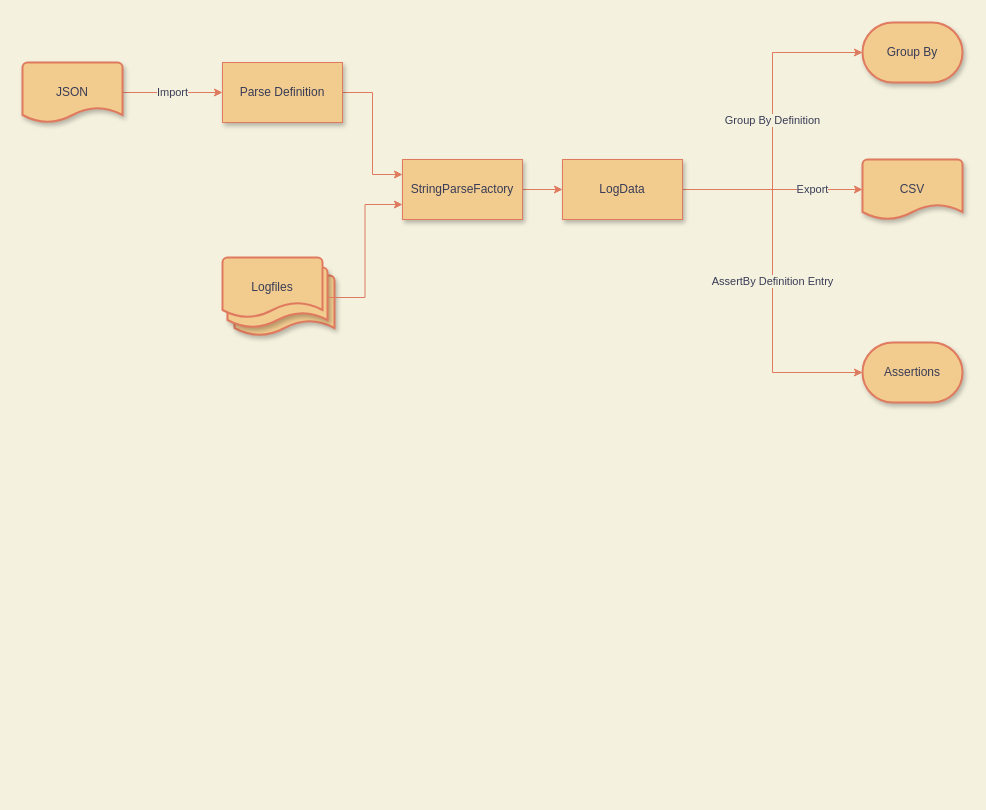
This is page "Processes" (2 of 2) of diagrams/Log_Parser.drawio from adobe/log-parser, a draw.io file, before an edit. Source tidied: cells renumbered, new cells numbered last; positions are measured from the earlier drawing's top-left corner, leaving out a move shared by most shapes. Both pictures are drawn from the tidied source at 100%, with x=0, y=0 at pixel (22, 22).
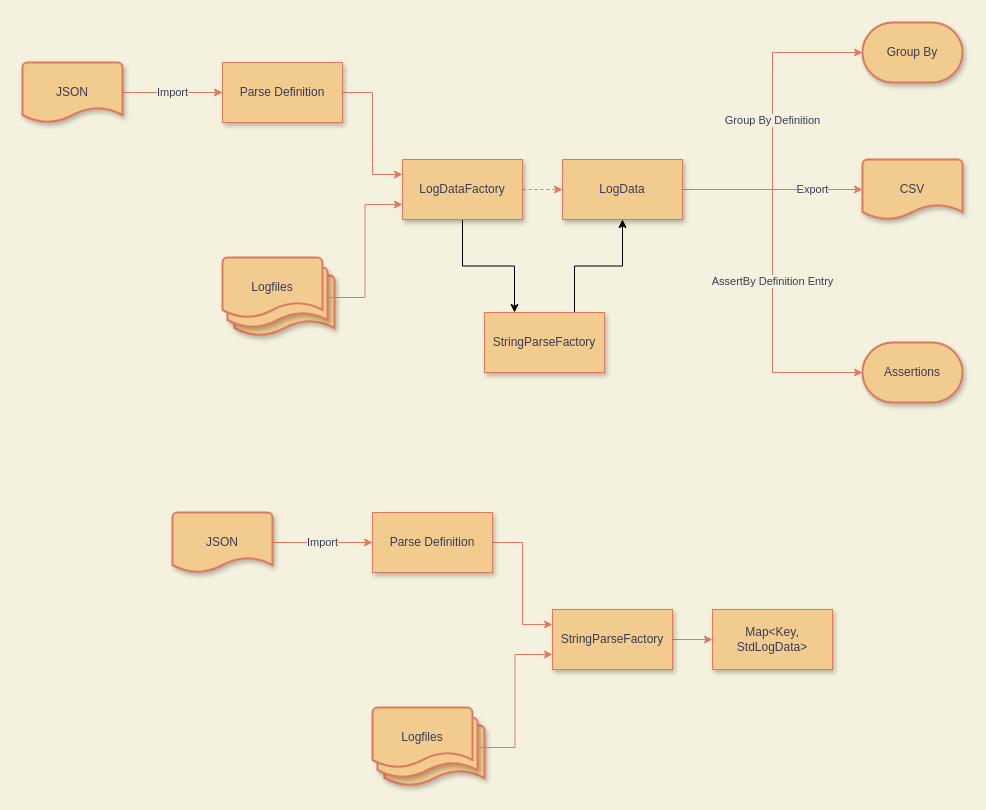
Above is the later version.

Unchanged cells that the change refers to:
```xml
<mxCell id="19" value="LogData" style="rounded=0;whiteSpace=wrap;html=1;shadow=1;fillColor=#F2CC8F;strokeColor=#E07A5F;fontColor=#393C56;" parent="1" vertex="1">
  <mxGeometry x="540" y="137" width="120" height="60" as="geometry" />
</mxCell>
```

Change to the diagram source:
```diff
@@
-    <mxCell id="8" style="edgeStyle=orthogonalEdgeStyle;rounded=0;jettySize=auto;html=1;exitX=1;exitY=0.5;exitDx=0;exitDy=0;entryX=0;entryY=0.5;entryDx=0;entryDy=0;strokeColor=#E07A5F;fontColor=#393C56;labelBackgroundColor=#F4F1DE;" parent="1" edge="1" source="9" target="19">
+    <mxCell id="8" style="edgeStyle=orthogonalEdgeStyle;rounded=0;jettySize=auto;html=1;exitX=1;exitY=0.5;exitDx=0;exitDy=0;entryX=0;entryY=0.5;entryDx=0;entryDy=0;strokeColor=#E07A5F;fontColor=#393C56;labelBackgroundColor=#F4F1DE;dashed=1;" parent="1" edge="1" source="9" target="19">
       <mxGeometry relative="1" as="geometry" />
     </mxCell>
+    <mxCell id="21" style="edgeStyle=orthogonalEdgeStyle;rounded=0;jettySize=auto;html=1;entryX=0.25;entryY=0;entryDx=0;entryDy=0;" parent="1" edge="1" source="9" target="36">
+      <mxGeometry relative="1" as="geometry" />
+    </mxCell>
-    <mxCell id="9" value="StringParseFactory" style="rounded=0;whiteSpace=wrap;html=1;shadow=1;fillColor=#F2CC8F;strokeColor=#E07A5F;fontColor=#393C56;" parent="1" vertex="1">
+    <mxCell id="9" value="LogDataFactory" style="rounded=0;whiteSpace=wrap;html=1;shadow=1;fillColor=#F2CC8F;strokeColor=#E07A5F;fontColor=#393C56;" parent="1" vertex="1">
       <mxGeometry x="380" y="137" width="120" height="60" as="geometry" />
     </mxCell>
@@
+    <mxCell id="22" style="edgeStyle=orthogonalEdgeStyle;rounded=0;jettySize=auto;html=1;exitX=1;exitY=0.5;exitDx=0;exitDy=0;entryX=0;entryY=0.25;entryDx=0;entryDy=0;labelBackgroundColor=#F4F1DE;strokeColor=#E07A5F;fontColor=#393C56;" parent="1" edge="1" source="23" target="29">
+      <mxGeometry relative="1" as="geometry" />
+    </mxCell>
+    <mxCell id="23" value="Parse Definition" style="rounded=0;whiteSpace=wrap;html=1;fillColor=#F2CC8F;strokeColor=#E07A5F;fontColor=#393C56;shadow=1;" parent="1" vertex="1">
+      <mxGeometry x="350" y="490" width="120" height="60" as="geometry" />
+    </mxCell>
+    <mxCell id="24" style="group;fontColor=#393C56;" parent="1" vertex="1">
+      <mxGeometry x="350" y="685" width="112" height="78" as="geometry" />
+    </mxCell>
+    <mxCell id="25" style="strokeWidth=2;html=1;shape=mxgraph.flowchart.document2;whiteSpace=wrap;size=0.25;shadow=1;fillColor=#F2CC8F;strokeColor=#E07A5F;fontColor=#393C56;" parent="24" vertex="1">
+      <mxGeometry x="12" y="18" width="100" height="60" as="geometry" />
+    </mxCell>
+    <mxCell id="26" style="strokeWidth=2;html=1;shape=mxgraph.flowchart.document2;whiteSpace=wrap;size=0.25;shadow=1;fillColor=#F2CC8F;strokeColor=#E07A5F;fontColor=#393C56;" parent="24" vertex="1">
+      <mxGeometry x="5" y="10" width="100" height="60" as="geometry" />
+    </mxCell>
+    <mxCell id="27" value="Logfiles" style="strokeWidth=2;html=1;shape=mxgraph.flowchart.document2;whiteSpace=wrap;size=0.25;fillColor=#F2CC8F;strokeColor=#E07A5F;fontColor=#393C56;" parent="24" vertex="1">
+      <mxGeometry width="100" height="60" as="geometry" />
+    </mxCell>
+    <mxCell id="28" style="edgeStyle=orthogonalEdgeStyle;rounded=0;jettySize=auto;html=1;exitX=1;exitY=0.5;exitDx=0;exitDy=0;entryX=0;entryY=0.5;entryDx=0;entryDy=0;strokeColor=#E07A5F;fontColor=#393C56;labelBackgroundColor=#F4F1DE;" parent="1" edge="1" source="29" target="33">
+      <mxGeometry relative="1" as="geometry" />
+    </mxCell>
+    <mxCell id="29" value="StringParseFactory" style="rounded=0;whiteSpace=wrap;html=1;shadow=1;fillColor=#F2CC8F;strokeColor=#E07A5F;fontColor=#393C56;" parent="1" vertex="1">
+      <mxGeometry x="530" y="587" width="120" height="60" as="geometry" />
+    </mxCell>
+    <mxCell id="30" style="edgeStyle=orthogonalEdgeStyle;rounded=0;orthogonalLoop=1;jettySize=auto;html=1;exitX=0.5;exitY=1;exitDx=0;exitDy=0;labelBackgroundColor=#F4F1DE;strokeColor=#E07A5F;fontColor=#393C56;" parent="1" edge="1">
+      <mxGeometry relative="1" as="geometry">
+        <mxPoint x="770" y="652" as="sourcePoint" />
+        <mxPoint x="770" y="652" as="targetPoint" />
+      </mxGeometry>
+    </mxCell>
+    <mxCell id="31" value="Import" style="edgeStyle=orthogonalEdgeStyle;rounded=0;jettySize=auto;html=1;exitX=1;exitY=0.5;exitDx=0;exitDy=0;exitPerimeter=0;entryX=0;entryY=0.5;entryDx=0;entryDy=0;strokeColor=#E07A5F;fontColor=#393C56;labelBackgroundColor=#F4F1DE;" parent="1" edge="1" source="32" target="23">
+      <mxGeometry relative="1" as="geometry" />
+    </mxCell>
+    <mxCell id="32" value="JSON" style="strokeWidth=2;html=1;shape=mxgraph.flowchart.document2;whiteSpace=wrap;size=0.25;shadow=1;fontColor=#393C56;strokeColor=#E07A5F;fillColor=#F2CC8F;" parent="1" vertex="1">
+      <mxGeometry x="150" y="490" width="100" height="60" as="geometry" />
+    </mxCell>
+    <mxCell id="33" value="Map&amp;lt;Key, StdLogData&amp;gt;" style="rounded=0;whiteSpace=wrap;html=1;shadow=1;fillColor=#F2CC8F;strokeColor=#E07A5F;fontColor=#393C56;" parent="1" vertex="1">
+      <mxGeometry x="690" y="587" width="120" height="60" as="geometry" />
+    </mxCell>
+    <mxCell id="34" style="edgeStyle=orthogonalEdgeStyle;rounded=0;jettySize=auto;html=1;exitX=1;exitY=0.5;exitDx=0;exitDy=0;exitPerimeter=0;entryX=0;entryY=0.75;entryDx=0;entryDy=0;fontColor=#393C56;labelBackgroundColor=#F4F1DE;strokeColor=#E07A5F;" parent="1" edge="1" source="26" target="29">
+      <mxGeometry relative="1" as="geometry" />
+    </mxCell>
+    <mxCell id="35" style="edgeStyle=orthogonalEdgeStyle;rounded=0;jettySize=auto;html=1;exitX=0.75;exitY=0;exitDx=0;exitDy=0;entryX=0.5;entryY=1;entryDx=0;entryDy=0;" parent="1" edge="1" source="36" target="19">
+      <mxGeometry relative="1" as="geometry" />
+    </mxCell>
+    <mxCell id="36" value="StringParseFactory" style="rounded=0;whiteSpace=wrap;html=1;shadow=1;fillColor=#F2CC8F;strokeColor=#E07A5F;fontColor=#393C56;" parent="1" vertex="1">
+      <mxGeometry x="462" y="290" width="120" height="60" as="geometry" />
+    </mxCell>
```
